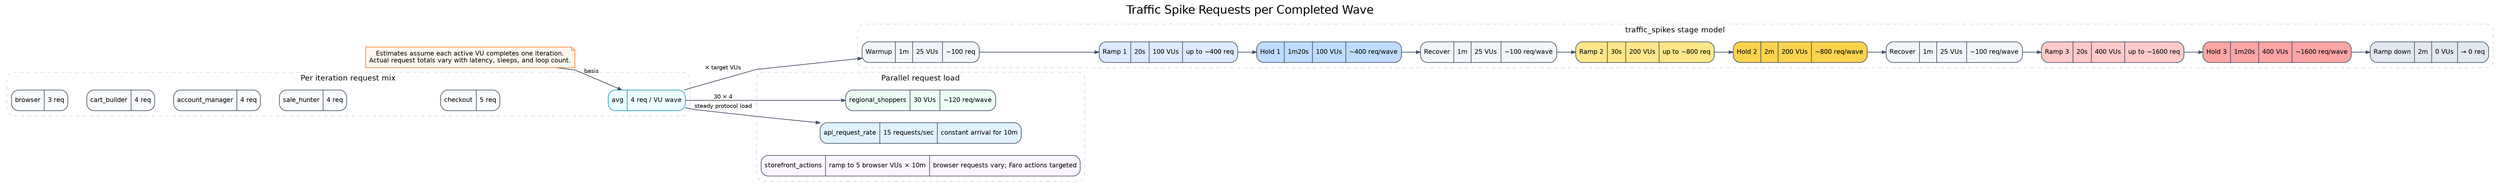
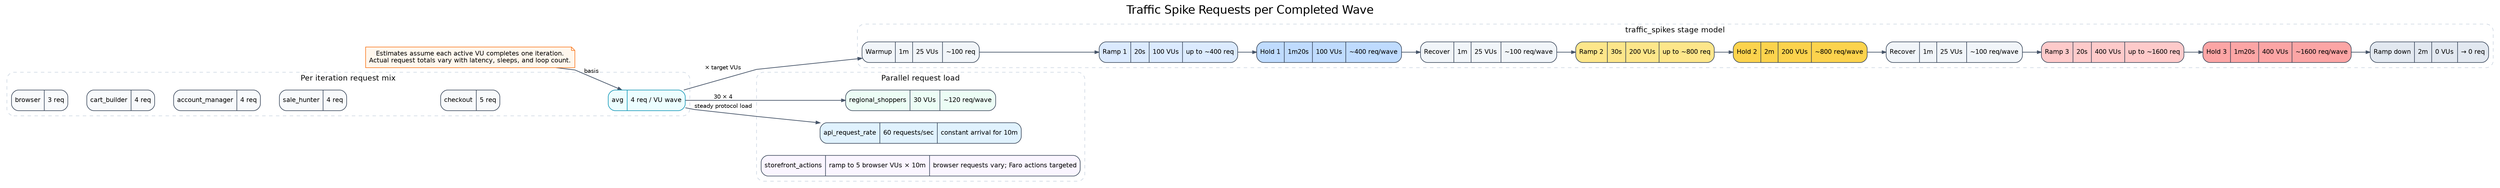
digraph traffic_spike_requests_only {
  graph [rankdir=LR, labelloc=t, label="Traffic Spike Requests per Completed Wave", fontsize=20, fontname="Helvetica", nodesep=0.28, ranksep=0.45, splines=polyline, outputorder=edgesfirst];
  node [shape=record, style="rounded,filled", fontname="Helvetica", fontsize=11, color="#334155", fillcolor="#f8fafc", margin="0.08,0.05"];
  edge [color="#475569", arrowsize=0.7, penwidth=1.2, fontname="Helvetica", fontsize=10];

  note [shape=note, fillcolor="#fff7ed", color="#f97316", label="Estimates assume each active VU completes one iteration.\nActual request totals vary with latency, sleeps, and loop count."];

  subgraph cluster_persona_math {
    label="Per iteration request mix"; color="#cbd5e1"; style="rounded,dashed"; fontsize=13; fontname="Helvetica";
    p_browser [label="{browser|3 req}"];
    p_cart [label="{cart_builder|4 req}"];
    p_account [label="{account_manager|4 req}"];
    p_sale [label="{sale_hunter|4 req}"];
    p_checkout [label="{checkout|5 req}"];
    p_avg [label="{avg|4 req / VU wave}", fillcolor="#ecfeff", color="#0891b2"];
    p_browser -> p_cart -> p_account -> p_sale -> p_checkout -> p_avg [style=invis];
  }

  subgraph cluster_stage_flow {
    label="traffic_spikes stage model"; color="#cbd5e1"; style="rounded,dashed"; fontsize=13; fontname="Helvetica";
    warmup [label="{Warmup|1m|25 VUs|~100 req}", fillcolor="#f1f5f9"];
    ramp1 [label="{Ramp 1|20s|100 VUs|up to ~400 req}", fillcolor="#dbeafe"];
    hold1 [label="{Hold 1|1m20s|100 VUs|~400 req/wave}", fillcolor="#bfdbfe"];
    rec1 [label="{Recover|1m|25 VUs|~100 req/wave}", fillcolor="#f1f5f9"];
    ramp2 [label="{Ramp 2|30s|200 VUs|up to ~800 req}", fillcolor="#fde68a"];
    hold2 [label="{Hold 2|2m|200 VUs|~800 req/wave}", fillcolor="#fcd34d"];
    rec2 [label="{Recover|1m|25 VUs|~100 req/wave}", fillcolor="#f1f5f9"];
    ramp3 [label="{Ramp 3|20s|400 VUs|up to ~1600 req}", fillcolor="#fecaca"];
    hold3 [label="{Hold 3|1m20s|400 VUs|~1600 req/wave}", fillcolor="#fca5a5"];
    down [label="{Ramp down|2m|0 VUs|→ 0 req}", fillcolor="#e2e8f0"];
    warmup -> ramp1 -> hold1 -> rec1 -> ramp2 -> hold2 -> rec2 -> ramp3 -> hold3 -> down;
  }

  subgraph cluster_parallel {
    label="Parallel request load"; color="#cbd5e1"; style="rounded,dashed"; fontsize=13; fontname="Helvetica";
    regional [label="{regional_shoppers|30 VUs|~120 req/wave}", fillcolor="#ecfdf5"];
-     api_rate [label="{api_request_rate|15 requests/sec|constant arrival for 10m}", fillcolor="#e0f2fe"];
+     api_rate [label="{api_request_rate|60 requests/sec|constant arrival for 10m}", fillcolor="#e0f2fe"];
    browser_actions [label="{storefront_actions|ramp to 5 browser VUs × 10m|browser requests vary; Faro actions targeted}", fillcolor="#faf5ff"];
  }

  note -> p_avg [label="basis"];
  p_avg -> warmup [label="× target VUs"];
  p_avg -> regional [label="30 × 4"];
  p_avg -> api_rate [label="steady protocol load"];
}
